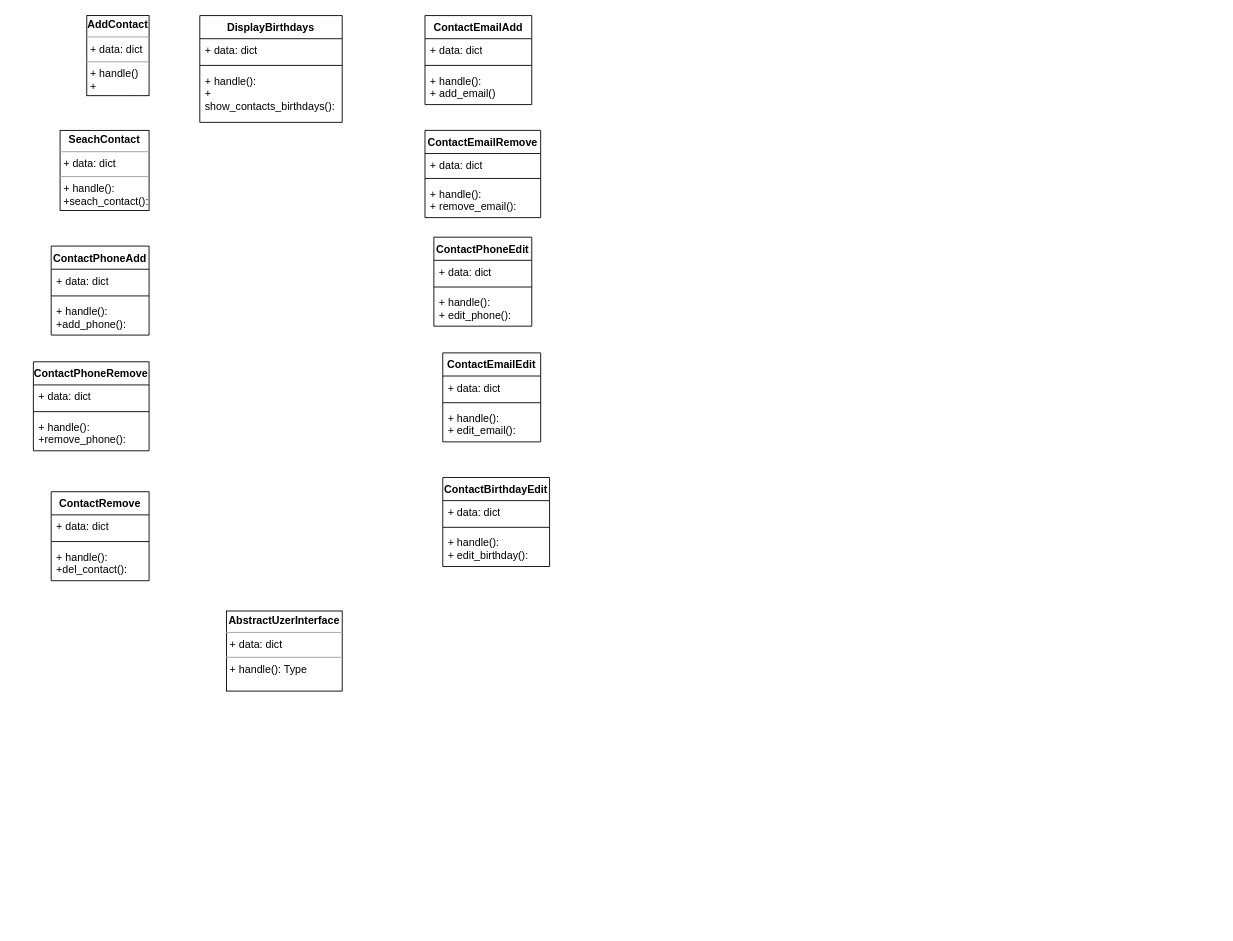
Earlier version of the draw.io diagram Диаграмма без названия.drawio (IVadymMarchenko/First_repo1). Source tidied: cells renumbered, new cells numbered last; positions are measured from the earlier drawing's top-left corner, leaving out a move shared by most shapes. Both pictures are drawn from the tidied source at 89%, with x=0, y=0 at pixel (33, 15).
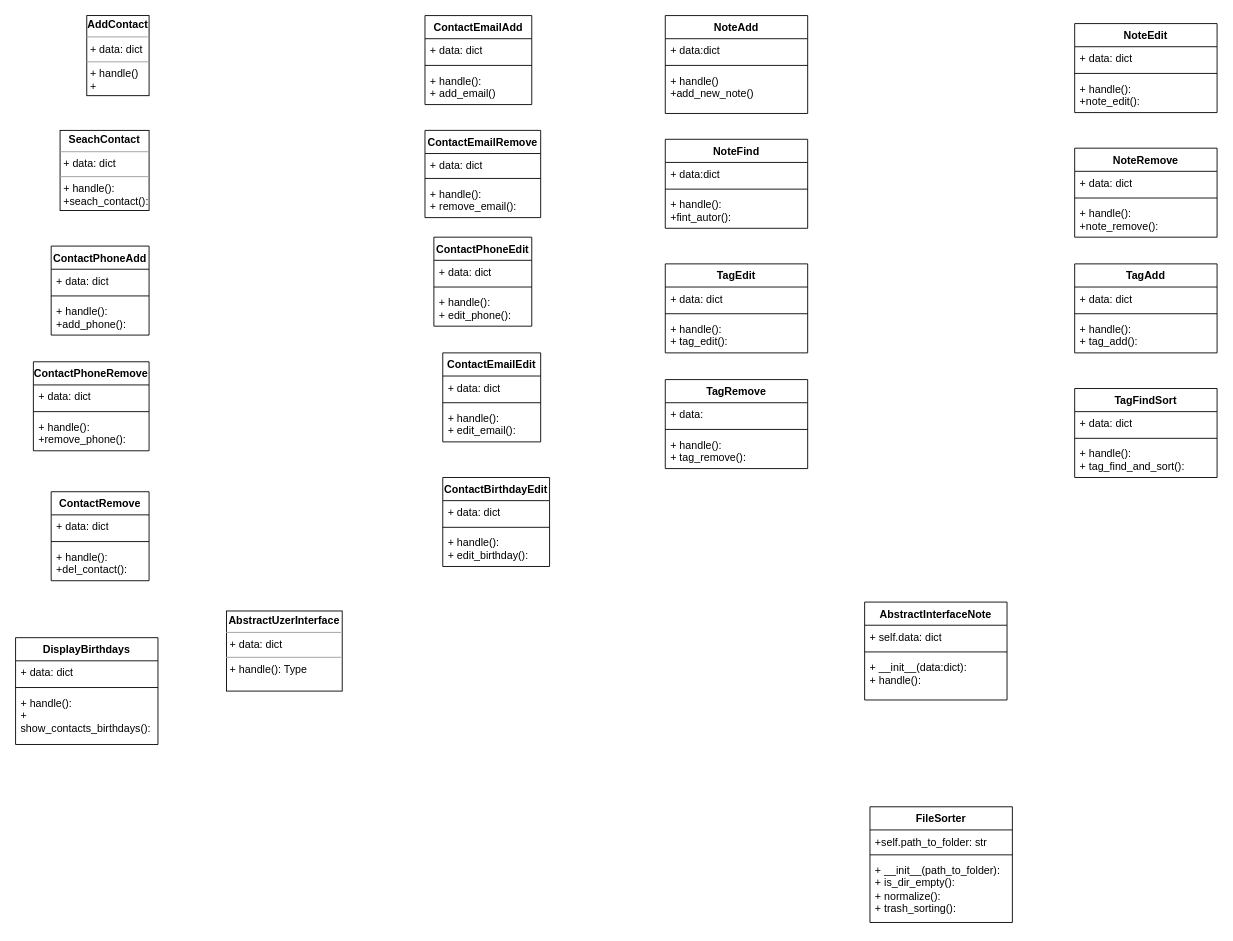
Above is the later version.

What changed in the source:
```diff
@@
     <mxCell id="37" value="DisplayBirthdays" style="swimlane;fontStyle=1;align=center;verticalAlign=top;horizontal=1;startSize=26;whiteSpace=wrap;html=1;" parent="1" vertex="1">
-      <mxGeometry x="187" width="160" height="120" as="geometry" />
+      <mxGeometry x="-20" y="699" width="160" height="120" as="geometry" />
     </mxCell>
@@
+    <mxCell id="41" value="AbstractInterfaceNote" style="swimlane;fontStyle=1;align=center;verticalAlign=top;horizontal=1;startSize=26;whiteSpace=wrap;html=1;" parent="1" vertex="1">
+      <mxGeometry x="934" y="659" width="160" height="110" as="geometry" />
+    </mxCell>
+    <mxCell id="42" value="+ self.data: dict" style="text;strokeColor=none;fillColor=none;align=left;verticalAlign=top;spacingLeft=4;spacingRight=4;overflow=hidden;whiteSpace=wrap;html=1;" parent="41" vertex="1">
+      <mxGeometry y="26" width="160" height="26" as="geometry" />
+    </mxCell>
+    <mxCell id="43" style="line;strokeWidth=1;fillColor=none;align=left;verticalAlign=middle;spacingTop=-1;spacingLeft=3;spacingRight=3;labelPosition=right;strokeColor=inherit;" parent="41" vertex="1">
+      <mxGeometry y="52" width="160" height="8" as="geometry" />
+    </mxCell>
+    <mxCell id="44" value="+ __init__(data:dict):&lt;br&gt;+ handle():" style="text;strokeColor=none;fillColor=none;align=left;verticalAlign=top;spacingLeft=4;spacingRight=4;overflow=hidden;whiteSpace=wrap;html=1;" parent="41" vertex="1">
+      <mxGeometry y="60" width="160" height="50" as="geometry" />
+    </mxCell>
+    <mxCell id="45" value="NoteAdd" style="swimlane;fontStyle=1;align=center;verticalAlign=top;horizontal=1;startSize=26;whiteSpace=wrap;html=1;" parent="1" vertex="1">
+      <mxGeometry x="710" width="160" height="110" as="geometry" />
+    </mxCell>
+    <mxCell id="46" value="+ data:dict" style="text;strokeColor=none;fillColor=none;align=left;verticalAlign=top;spacingLeft=4;spacingRight=4;overflow=hidden;whiteSpace=wrap;html=1;" parent="45" vertex="1">
+      <mxGeometry y="26" width="160" height="26" as="geometry" />
+    </mxCell>
+    <mxCell id="47" style="line;strokeWidth=1;fillColor=none;align=left;verticalAlign=middle;spacingTop=-1;spacingLeft=3;spacingRight=3;labelPosition=right;strokeColor=inherit;" parent="45" vertex="1">
+      <mxGeometry y="52" width="160" height="8" as="geometry" />
+    </mxCell>
+    <mxCell id="48" value="+ handle()&lt;br&gt;+add_new_note()" style="text;strokeColor=none;fillColor=none;align=left;verticalAlign=top;spacingLeft=4;spacingRight=4;overflow=hidden;whiteSpace=wrap;html=1;" parent="45" vertex="1">
+      <mxGeometry y="60" width="160" height="50" as="geometry" />
+    </mxCell>
+    <mxCell id="49" value="NoteFind" style="swimlane;fontStyle=1;align=center;verticalAlign=top;horizontal=1;startSize=26;whiteSpace=wrap;html=1;" parent="1" vertex="1">
+      <mxGeometry x="710" y="139" width="160" height="100" as="geometry" />
+    </mxCell>
+    <mxCell id="50" value="+ data:dict" style="text;strokeColor=none;fillColor=none;align=left;verticalAlign=top;spacingLeft=4;spacingRight=4;overflow=hidden;whiteSpace=wrap;html=1;" parent="49" vertex="1">
+      <mxGeometry y="26" width="160" height="26" as="geometry" />
+    </mxCell>
+    <mxCell id="51" style="line;strokeWidth=1;fillColor=none;align=left;verticalAlign=middle;spacingTop=-1;spacingLeft=3;spacingRight=3;labelPosition=right;strokeColor=inherit;" parent="49" vertex="1">
+      <mxGeometry y="52" width="160" height="8" as="geometry" />
+    </mxCell>
+    <mxCell id="52" value="+ handle():&lt;br&gt;+fint_autor():" style="text;strokeColor=none;fillColor=none;align=left;verticalAlign=top;spacingLeft=4;spacingRight=4;overflow=hidden;whiteSpace=wrap;html=1;" parent="49" vertex="1">
+      <mxGeometry y="60" width="160" height="40" as="geometry" />
+    </mxCell>
+    <mxCell id="53" value="NoteEdit" style="swimlane;fontStyle=1;align=center;verticalAlign=top;horizontal=1;startSize=26;whiteSpace=wrap;html=1;" parent="1" vertex="1">
+      <mxGeometry x="1170" y="9" width="160" height="100" as="geometry" />
+    </mxCell>
+    <mxCell id="54" value="+ data: dict" style="text;strokeColor=none;fillColor=none;align=left;verticalAlign=top;spacingLeft=4;spacingRight=4;overflow=hidden;whiteSpace=wrap;html=1;" parent="53" vertex="1">
+      <mxGeometry y="26" width="160" height="26" as="geometry" />
+    </mxCell>
+    <mxCell id="55" style="line;strokeWidth=1;fillColor=none;align=left;verticalAlign=middle;spacingTop=-1;spacingLeft=3;spacingRight=3;labelPosition=right;strokeColor=inherit;" parent="53" vertex="1">
+      <mxGeometry y="52" width="160" height="8" as="geometry" />
+    </mxCell>
+    <mxCell id="56" value="+ handle():&lt;br&gt;+note_edit():" style="text;strokeColor=none;fillColor=none;align=left;verticalAlign=top;spacingLeft=4;spacingRight=4;overflow=hidden;whiteSpace=wrap;html=1;" parent="53" vertex="1">
+      <mxGeometry y="60" width="160" height="40" as="geometry" />
+    </mxCell>
+    <mxCell id="57" value="NoteRemove" style="swimlane;fontStyle=1;align=center;verticalAlign=top;horizontal=1;startSize=26;whiteSpace=wrap;html=1;" parent="1" vertex="1">
+      <mxGeometry x="1170" y="149" width="160" height="100" as="geometry" />
+    </mxCell>
+    <mxCell id="58" value="+ data: dict" style="text;strokeColor=none;fillColor=none;align=left;verticalAlign=top;spacingLeft=4;spacingRight=4;overflow=hidden;whiteSpace=wrap;html=1;" parent="57" vertex="1">
+      <mxGeometry y="26" width="160" height="26" as="geometry" />
+    </mxCell>
+    <mxCell id="59" style="line;strokeWidth=1;fillColor=none;align=left;verticalAlign=middle;spacingTop=-1;spacingLeft=3;spacingRight=3;labelPosition=right;strokeColor=inherit;" parent="57" vertex="1">
+      <mxGeometry y="52" width="160" height="8" as="geometry" />
+    </mxCell>
+    <mxCell id="60" value="+ handle():&lt;br&gt;+note_remove():" style="text;strokeColor=none;fillColor=none;align=left;verticalAlign=top;spacingLeft=4;spacingRight=4;overflow=hidden;whiteSpace=wrap;html=1;" parent="57" vertex="1">
+      <mxGeometry y="60" width="160" height="40" as="geometry" />
+    </mxCell>
+    <mxCell id="61" value="TagAdd" style="swimlane;fontStyle=1;align=center;verticalAlign=top;horizontal=1;startSize=26;whiteSpace=wrap;html=1;" parent="1" vertex="1">
+      <mxGeometry x="1170" y="279" width="160" height="100" as="geometry" />
+    </mxCell>
+    <mxCell id="62" value="+ data: dict" style="text;strokeColor=none;fillColor=none;align=left;verticalAlign=top;spacingLeft=4;spacingRight=4;overflow=hidden;whiteSpace=wrap;html=1;" parent="61" vertex="1">
+      <mxGeometry y="26" width="160" height="26" as="geometry" />
+    </mxCell>
+    <mxCell id="63" style="line;strokeWidth=1;fillColor=none;align=left;verticalAlign=middle;spacingTop=-1;spacingLeft=3;spacingRight=3;labelPosition=right;strokeColor=inherit;" parent="61" vertex="1">
+      <mxGeometry y="52" width="160" height="8" as="geometry" />
+    </mxCell>
+    <mxCell id="64" value="+ handle():&lt;br&gt;+ tag_add():" style="text;strokeColor=none;fillColor=none;align=left;verticalAlign=top;spacingLeft=4;spacingRight=4;overflow=hidden;whiteSpace=wrap;html=1;" parent="61" vertex="1">
+      <mxGeometry y="60" width="160" height="40" as="geometry" />
+    </mxCell>
+    <mxCell id="65" value="TagEdit" style="swimlane;fontStyle=1;align=center;verticalAlign=top;horizontal=1;startSize=26;whiteSpace=wrap;html=1;" parent="1" vertex="1">
+      <mxGeometry x="710" y="279" width="160" height="100" as="geometry" />
+    </mxCell>
+    <mxCell id="66" value="+ data: dict" style="text;strokeColor=none;fillColor=none;align=left;verticalAlign=top;spacingLeft=4;spacingRight=4;overflow=hidden;whiteSpace=wrap;html=1;" parent="65" vertex="1">
+      <mxGeometry y="26" width="160" height="26" as="geometry" />
+    </mxCell>
+    <mxCell id="67" style="line;strokeWidth=1;fillColor=none;align=left;verticalAlign=middle;spacingTop=-1;spacingLeft=3;spacingRight=3;labelPosition=right;strokeColor=inherit;" parent="65" vertex="1">
+      <mxGeometry y="52" width="160" height="8" as="geometry" />
+    </mxCell>
+    <mxCell id="68" value="+ handle():&lt;br&gt;+ tag_edit():" style="text;strokeColor=none;fillColor=none;align=left;verticalAlign=top;spacingLeft=4;spacingRight=4;overflow=hidden;whiteSpace=wrap;html=1;" parent="65" vertex="1">
+      <mxGeometry y="60" width="160" height="40" as="geometry" />
+    </mxCell>
+    <mxCell id="69" value="TagRemove" style="swimlane;fontStyle=1;align=center;verticalAlign=top;horizontal=1;startSize=26;whiteSpace=wrap;html=1;" parent="1" vertex="1">
+      <mxGeometry x="710" y="409" width="160" height="100" as="geometry" />
+    </mxCell>
+    <mxCell id="70" value="+ data:" style="text;strokeColor=none;fillColor=none;align=left;verticalAlign=top;spacingLeft=4;spacingRight=4;overflow=hidden;whiteSpace=wrap;html=1;" parent="69" vertex="1">
+      <mxGeometry y="26" width="160" height="26" as="geometry" />
+    </mxCell>
+    <mxCell id="71" style="line;strokeWidth=1;fillColor=none;align=left;verticalAlign=middle;spacingTop=-1;spacingLeft=3;spacingRight=3;labelPosition=right;strokeColor=inherit;" parent="69" vertex="1">
+      <mxGeometry y="52" width="160" height="8" as="geometry" />
+    </mxCell>
+    <mxCell id="72" value="+ handle():&lt;br&gt;+ tag_remove():" style="text;strokeColor=none;fillColor=none;align=left;verticalAlign=top;spacingLeft=4;spacingRight=4;overflow=hidden;whiteSpace=wrap;html=1;" parent="69" vertex="1">
+      <mxGeometry y="60" width="160" height="40" as="geometry" />
+    </mxCell>
+    <mxCell id="73" value="TagFindSort" style="swimlane;fontStyle=1;align=center;verticalAlign=top;horizontal=1;startSize=26;whiteSpace=wrap;html=1;" parent="1" vertex="1">
+      <mxGeometry x="1170" y="419" width="160" height="100" as="geometry" />
+    </mxCell>
+    <mxCell id="74" value="+ data: dict" style="text;strokeColor=none;fillColor=none;align=left;verticalAlign=top;spacingLeft=4;spacingRight=4;overflow=hidden;whiteSpace=wrap;html=1;" parent="73" vertex="1">
+      <mxGeometry y="26" width="160" height="26" as="geometry" />
+    </mxCell>
+    <mxCell id="75" style="line;strokeWidth=1;fillColor=none;align=left;verticalAlign=middle;spacingTop=-1;spacingLeft=3;spacingRight=3;labelPosition=right;strokeColor=inherit;" parent="73" vertex="1">
+      <mxGeometry y="52" width="160" height="8" as="geometry" />
+    </mxCell>
+    <mxCell id="76" value="+ handle():&lt;br&gt;+ tag_find_and_sort():" style="text;strokeColor=none;fillColor=none;align=left;verticalAlign=top;spacingLeft=4;spacingRight=4;overflow=hidden;whiteSpace=wrap;html=1;" parent="73" vertex="1">
+      <mxGeometry y="60" width="160" height="40" as="geometry" />
+    </mxCell>
+    <mxCell id="77" value="FileSorter" style="swimlane;fontStyle=1;align=center;verticalAlign=top;horizontal=1;startSize=26;whiteSpace=wrap;html=1;" parent="1" vertex="1">
+      <mxGeometry x="940" y="889" width="160" height="130" as="geometry" />
+    </mxCell>
+    <mxCell id="78" value="+self.path_to_folder: str" style="text;strokeColor=none;fillColor=none;align=left;verticalAlign=top;spacingLeft=4;spacingRight=4;overflow=hidden;whiteSpace=wrap;html=1;" parent="77" vertex="1">
+      <mxGeometry y="26" width="160" height="24" as="geometry" />
+    </mxCell>
+    <mxCell id="79" style="line;strokeWidth=1;fillColor=none;align=left;verticalAlign=middle;spacingTop=-1;spacingLeft=3;spacingRight=3;labelPosition=right;strokeColor=inherit;" parent="77" vertex="1">
+      <mxGeometry y="50" width="160" height="8" as="geometry" />
+    </mxCell>
+    <mxCell id="80" value="+ __init__(path_to_folder):&lt;br&gt;+ is_dir_empty():&lt;br&gt;+ normalize():&lt;br&gt;+ trash_sorting():&lt;br&gt;" style="text;strokeColor=none;fillColor=none;align=left;verticalAlign=top;spacingLeft=4;spacingRight=4;overflow=hidden;whiteSpace=wrap;html=1;" parent="77" vertex="1">
+      <mxGeometry y="58" width="160" height="72" as="geometry" />
+    </mxCell>
```
